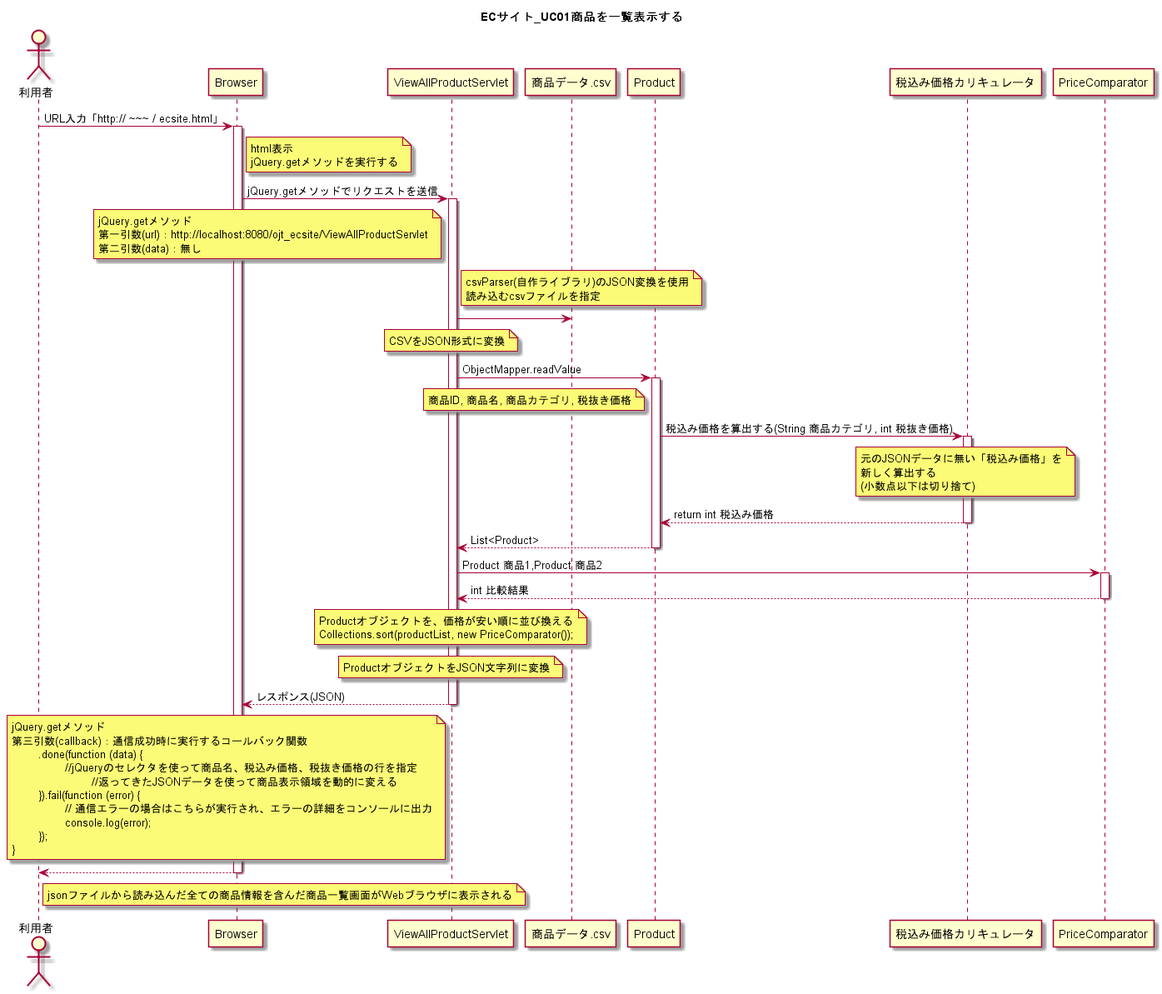
Earlier version of the PlantUML export UML/ECサイト_UC01商品を一覧表示する.png (wnakayama/ojt_ecsite).
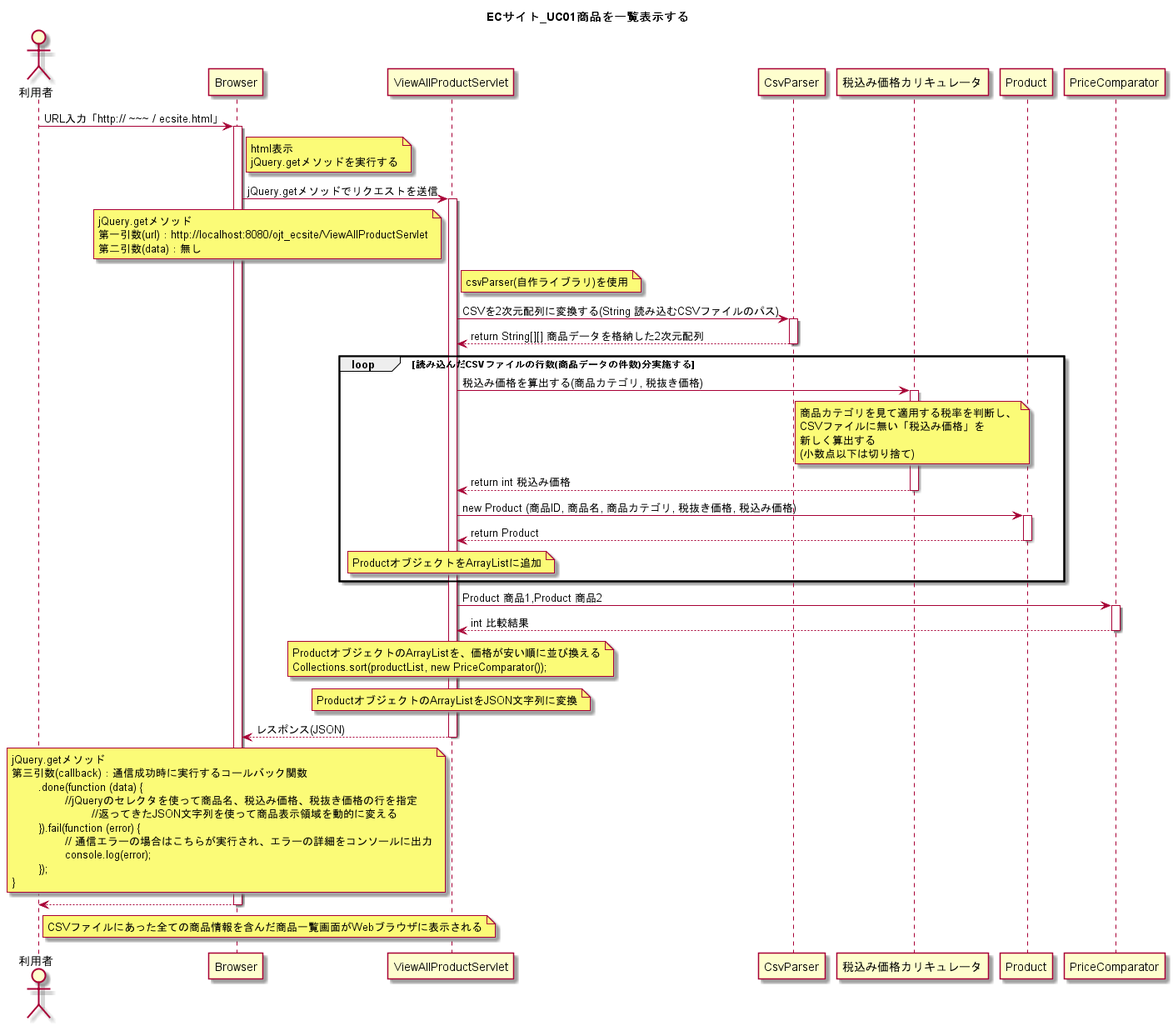
After the commit.

Commit message:
クラス設計,シーケンス図のメッセージ,note部分の記述を修正

Change to the diagram source:
```diff
@@ -21,48 +21,51 @@
 
 
 	note right of ViewAllProductServlet
-	csvParser(自作ライブラリ)のJSON変換を使用
-	読み込むcsvファイルを指定
+	csvParser(自作ライブラリ)を使用
 	end note
 
-ViewAllProductServlet -> 商品データ.csv
+ViewAllProductServlet -> CsvParser : CSVを2次元配列に変換する(String 読み込むCSVファイルのパス)
+activate CsvParser
 
-	note over ViewAllProductServlet
-	CSVをJSON形式に変換
-	end note
+ViewAllProductServlet <-- CsvParser : return String[][] 商品データを格納した2次元配列
+deactivate CsvParser
 
-ViewAllProductServlet -> Product : ObjectMapper.readValue
-activate Product
-
-	note left of Product
-	商品ID, 商品名, 商品カテゴリ, 税抜き価格
-	end note
-
-Product -> 税込み価格カリキュレータ : 税込み価格を算出する(String 商品カテゴリ, int 税抜き価格)
+loop 読み込んだCSVファイルの行数(商品データの件数)分実施する
+ViewAllProductServlet -> 税込み価格カリキュレータ : 税込み価格を算出する(商品カテゴリ, 税抜き価格)
 activate 税込み価格カリキュレータ
 
 	note over of 税込み価格カリキュレータ
-	元のJSONデータに無い「税込み価格」を
+	商品カテゴリを見て適用する税率を判断し、
+	CSVファイルに無い「税込み価格」を
 	新しく算出する
 	(小数点以下は切り捨て)
 	end note
 
-Product <-- 税込み価格カリキュレータ : return int 税込み価格
+ViewAllProductServlet <-- 税込み価格カリキュレータ : return int 税込み価格
 deactivate 税込み価格カリキュレータ
-ViewAllProductServlet <-- Product : List<Product>
+
+ViewAllProductServlet -> Product : new Product (商品ID, 商品名, 商品カテゴリ, 税抜き価格, 税込み価格)
+activate Product
+
+ViewAllProductServlet <-- Product : return Product
 deactivate Product
+	note over ViewAllProductServlet
+	ProductオブジェクトをArrayListに追加
+	end note
+end loop
+
 ViewAllProductServlet -> PriceComparator : Product 商品1,Product 商品2
 activate PriceComparator
 ViewAllProductServlet <-- PriceComparator : int 比較結果
 deactivate PriceComparator
 
 	note over ViewAllProductServlet
-	Productオブジェクトを、価格が安い順に並び換える
+	ProductオブジェクトのArrayListを、価格が安い順に並び換える
 	Collections.sort(productList, new PriceComparator());
 	end note
 
 	note over ViewAllProductServlet
-	ProductオブジェクトをJSON文字列に変換
+	ProductオブジェクトのArrayListをJSON文字列に変換
 	end note
 	Browser <-- ViewAllProductServlet : レスポンス(JSON)
 
@@ -71,7 +74,7 @@
 	第三引数(callback)：通信成功時に実行するコールバック関数
 		.done(function (data) {
 			//jQueryのセレクタを使って商品名、税込み価格、税抜き価格の行を指定
-				//返ってきたJSONデータを使って商品表示領域を動的に変える
+				//返ってきたJSON文字列を使って商品表示領域を動的に変える
 		}).fail(function (error) {
 			// 通信エラーの場合はこちらが実行され、エラーの詳細をコンソールに出力
 			console.log(error);
@@ -83,7 +86,7 @@
 
 利用者 <-- Browser
 	note right of 利用者
-	jsonファイルから読み込んだ全ての商品情報を含んだ商品一覧画面がWebブラウザに表示される
+	CSVファイルにあった全ての商品情報を含んだ商品一覧画面がWebブラウザに表示される
 	end note
 
 deactivate Browser
```
